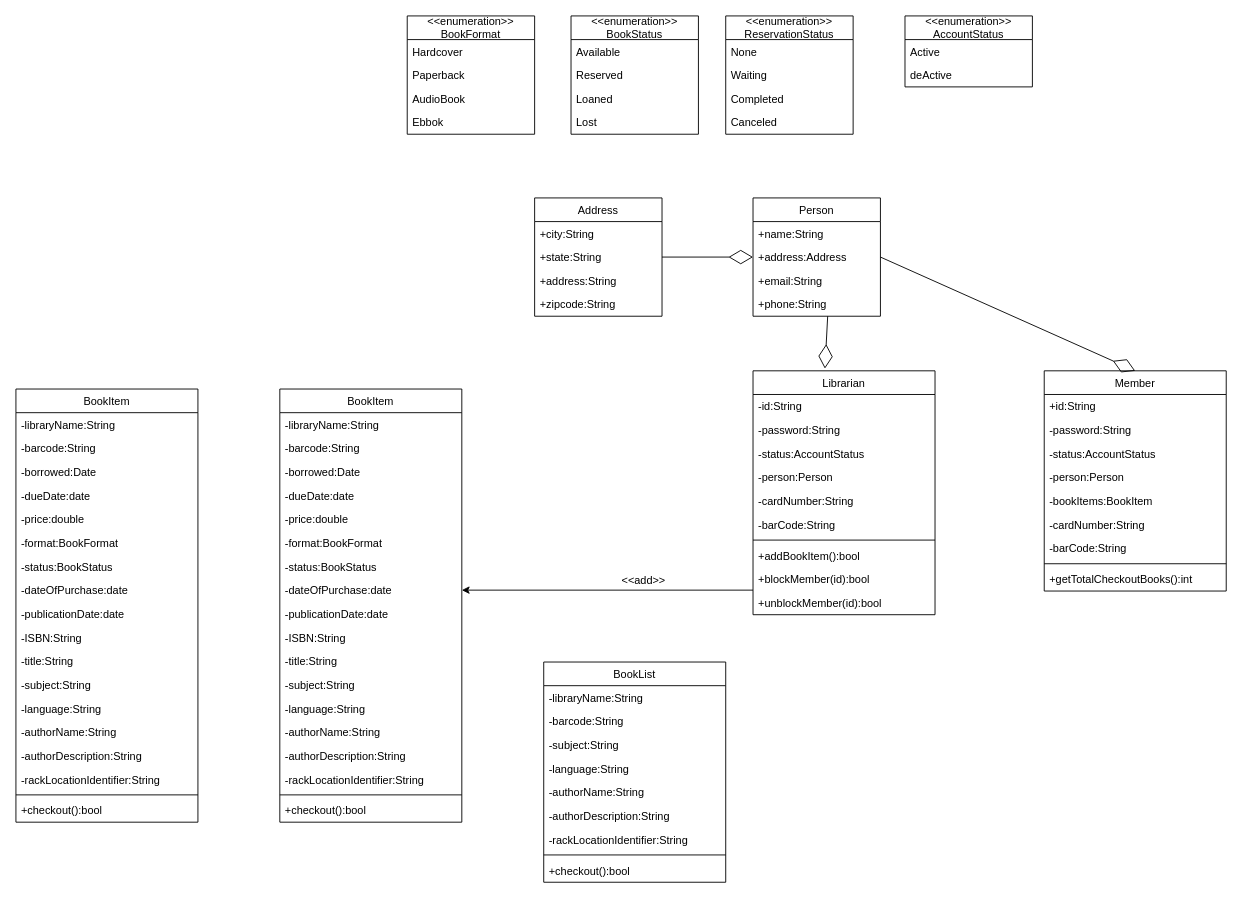
gogogo191/becomeadeveloper keeps this draw.io diagram as page "Page-1" (1 of 2) of Library.drawio. Above is the earlier version. Source tidied: cells renumbered, new cells numbered last; positions are measured from the earlier drawing's top-left corner, leaving out a move shared by most shapes. Both pictures are drawn from the tidied source at 91%, with x=0, y=0 at pixel (15, 15).
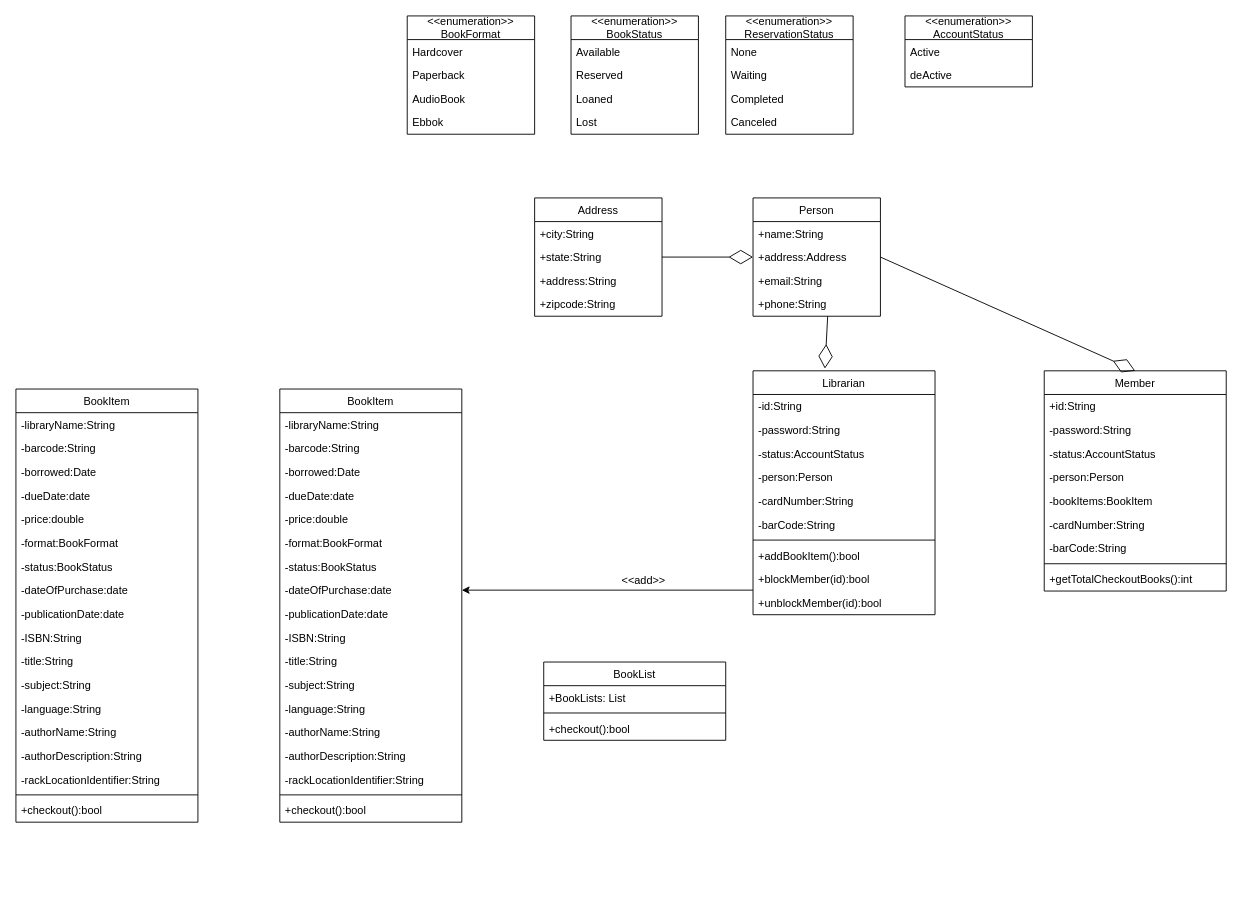
After the change.

Diff of the diagram source:
```diff
@@
     <mxCell id="75" value="BookList" style="swimlane;fontStyle=0;horizontal=1;startSize=26;fillColor=none;" parent="1" vertex="1">
-      <mxGeometry x="580" y="710" width="200" height="242" as="geometry" />
+      <mxGeometry x="580" y="710" width="200" height="86" as="geometry" />
     </mxCell>
-    <mxCell id="76" value="-libraryName:String" style="text;strokeColor=none;fillColor=none;align=left;verticalAlign=top;spacingLeft=4;spacingRight=4;overflow=hidden;" parent="75" vertex="1">
-      <mxGeometry y="26" width="200" height="26" as="geometry" />
-    </mxCell>
-    <mxCell id="77" value="-barcode:String" style="text;strokeColor=none;fillColor=none;align=left;verticalAlign=top;spacingLeft=4;spacingRight=4;overflow=hidden;" parent="75" vertex="1">
-      <mxGeometry y="52" width="200" height="26" as="geometry" />
-    </mxCell>
-    <mxCell id="78" value="-subject:String" style="text;strokeColor=none;fillColor=none;align=left;verticalAlign=top;spacingLeft=4;spacingRight=4;overflow=hidden;" parent="75" vertex="1">
-      <mxGeometry y="78" width="200" height="26" as="geometry" />
-    </mxCell>
-    <mxCell id="79" value="-language:String" style="text;strokeColor=none;fillColor=none;align=left;verticalAlign=top;spacingLeft=4;spacingRight=4;overflow=hidden;" parent="75" vertex="1">
-      <mxGeometry y="104" width="200" height="26" as="geometry" />
-    </mxCell>
-    <mxCell id="80" value="-authorName:String" style="text;strokeColor=none;fillColor=none;align=left;verticalAlign=top;spacingLeft=4;spacingRight=4;overflow=hidden;" parent="75" vertex="1">
-      <mxGeometry y="130" width="200" height="26" as="geometry" />
-    </mxCell>
-    <mxCell id="81" value="-authorDescription:String" style="text;strokeColor=none;fillColor=none;align=left;verticalAlign=top;spacingLeft=4;spacingRight=4;overflow=hidden;" parent="75" vertex="1">
-      <mxGeometry y="156" width="200" height="26" as="geometry" />
-    </mxCell>
-    <mxCell id="82" value="-rackLocationIdentifier:String" style="text;strokeColor=none;fillColor=none;align=left;verticalAlign=top;spacingLeft=4;spacingRight=4;overflow=hidden;" parent="75" vertex="1">
-      <mxGeometry y="182" width="200" height="26" as="geometry" />
+    <mxCell id="82" value="+BookLists: List" style="text;strokeColor=none;fillColor=none;align=left;verticalAlign=top;spacingLeft=4;spacingRight=4;overflow=hidden;" parent="75" vertex="1">
+      <mxGeometry y="26" width="200" height="26" as="geometry" />
     </mxCell>
     <mxCell id="83" style="line;strokeWidth=1;fillColor=none;align=left;verticalAlign=middle;spacingTop=-1;spacingLeft=3;spacingRight=3;labelPosition=right;" parent="75" vertex="1">
-      <mxGeometry y="208" width="200" height="8" as="geometry" />
+      <mxGeometry y="52" width="200" height="8" as="geometry" />
     </mxCell>
     <mxCell id="84" value="+checkout():bool" style="text;strokeColor=none;fillColor=none;align=left;verticalAlign=top;spacingLeft=4;spacingRight=4;overflow=hidden;" parent="75" vertex="1">
-      <mxGeometry y="216" width="200" height="26" as="geometry" />
+      <mxGeometry y="60" width="200" height="26" as="geometry" />
     </mxCell>
```
